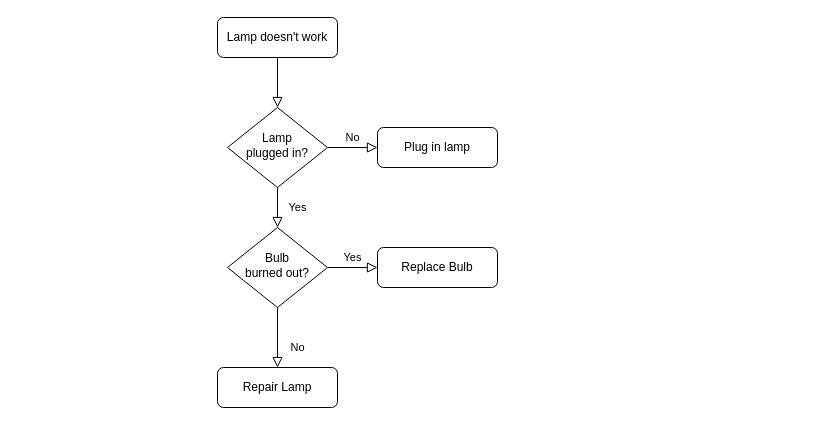
The draw.io diagram Untitled Diagram.drawio in jxjgssylsg/YLResources, before the edit. Source tidied: cells renumbered, new cells numbered last; positions are measured from the earlier drawing's top-left corner, leaving out a move shared by most shapes. Both pictures are drawn from the tidied source at 100%, with x=0, y=0 at pixel (217, 17).
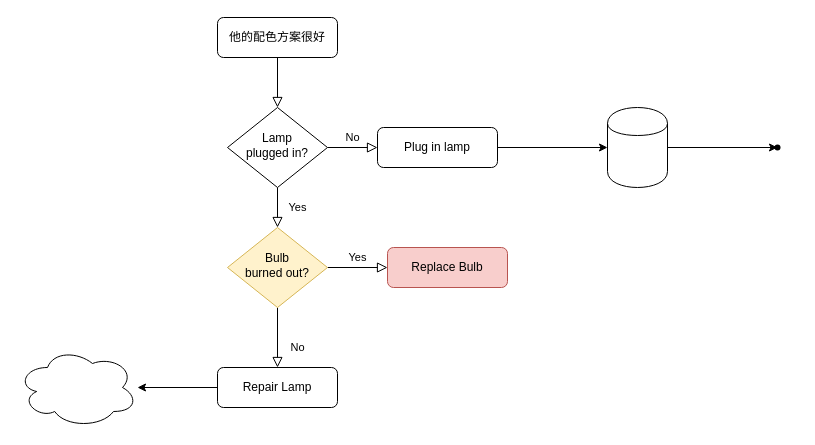
The same page after the edit.

Change to the diagram source:
```diff
@@
 <mxGraphModel>
   <root>
     <mxCell id="0" />
     <mxCell id="1" parent="0" />
     <mxCell id="2" style="rounded=0;html=1;jettySize=auto;fontSize=11;endArrow=block;endFill=0;endSize=8;strokeWidth=1;shadow=0;labelBackgroundColor=none;edgeStyle=orthogonalEdgeStyle;" parent="1" edge="1" source="3" target="6">
       <mxGeometry relative="1" as="geometry" />
     </mxCell>
-    <mxCell id="3" value="Lamp doesn't work" style="rounded=1;whiteSpace=wrap;html=1;fontSize=12;glass=0;strokeWidth=1;shadow=0;" parent="1" vertex="1">
+    <mxCell id="3" value="他的配色方案很好" style="rounded=1;whiteSpace=wrap;html=1;fontSize=12;glass=0;strokeWidth=1;shadow=0;" parent="1" vertex="1">
       <mxGeometry width="120" height="40" as="geometry" />
     </mxCell>
     <mxCell id="4" value="Yes" style="rounded=0;html=1;jettySize=auto;fontSize=11;endArrow=block;endFill=0;endSize=8;strokeWidth=1;shadow=0;labelBackgroundColor=none;edgeStyle=orthogonalEdgeStyle;" parent="1" edge="1" source="6" target="10">
       <mxGeometry y="20" relative="1" as="geometry" />
     </mxCell>
     <mxCell id="5" value="No" style="edgeStyle=orthogonalEdgeStyle;rounded=0;html=1;jettySize=auto;fontSize=11;endArrow=block;endFill=0;endSize=8;strokeWidth=1;shadow=0;labelBackgroundColor=none;" parent="1" edge="1" source="6" target="7">
       <mxGeometry y="10" relative="1" as="geometry" />
     </mxCell>
     <mxCell id="6" value="Lamp&lt;br&gt;plugged in?" style="rhombus;whiteSpace=wrap;html=1;shadow=0;fontFamily=Helvetica;fontSize=12;align=center;strokeWidth=1;spacing=6;spacingTop=-4;" parent="1" vertex="1">
       <mxGeometry x="10" y="90" width="100" height="80" as="geometry" />
     </mxCell>
+    <mxCell id="13" style="edgeStyle=orthogonalEdgeStyle;rounded=0;jettySize=auto;html=1;" parent="1" edge="1" source="7" target="16">
+      <mxGeometry relative="1" as="geometry" />
+    </mxCell>
     <mxCell id="7" value="Plug in lamp" style="rounded=1;whiteSpace=wrap;html=1;fontSize=12;glass=0;strokeWidth=1;shadow=0;" parent="1" vertex="1">
       <mxGeometry x="160" y="110" width="120" height="40" as="geometry" />
     </mxCell>
     <mxCell id="8" value="No" style="rounded=0;html=1;jettySize=auto;fontSize=11;endArrow=block;endFill=0;endSize=8;strokeWidth=1;shadow=0;labelBackgroundColor=none;edgeStyle=orthogonalEdgeStyle;" parent="1" edge="1" source="10" target="11">
       <mxGeometry x="0.33" y="20" relative="1" as="geometry" />
     </mxCell>
     <mxCell id="9" value="Yes" style="edgeStyle=orthogonalEdgeStyle;rounded=0;html=1;jettySize=auto;fontSize=11;endArrow=block;endFill=0;endSize=8;strokeWidth=1;shadow=0;labelBackgroundColor=none;" parent="1" edge="1" source="10" target="12">
       <mxGeometry y="10" relative="1" as="geometry" />
     </mxCell>
-    <mxCell id="10" value="Bulb&lt;br&gt;burned out?" style="rhombus;whiteSpace=wrap;html=1;shadow=0;fontFamily=Helvetica;fontSize=12;align=center;strokeWidth=1;spacing=6;spacingTop=-4;" parent="1" vertex="1">
+    <mxCell id="10" value="Bulb&lt;br&gt;burned out?" style="rhombus;whiteSpace=wrap;html=1;shadow=0;fontFamily=Helvetica;fontSize=12;align=center;strokeWidth=1;spacing=6;spacingTop=-4;fillColor=#fff2cc;strokeColor=#d6b656;" parent="1" vertex="1">
       <mxGeometry x="10" y="210" width="100" height="80" as="geometry" />
     </mxCell>
+    <mxCell id="14" style="edgeStyle=orthogonalEdgeStyle;rounded=0;jettySize=auto;html=1;" parent="1" edge="1" source="11" target="18">
+      <mxGeometry relative="1" as="geometry" />
+    </mxCell>
     <mxCell id="11" value="Repair Lamp" style="rounded=1;whiteSpace=wrap;html=1;fontSize=12;glass=0;strokeWidth=1;shadow=0;" parent="1" vertex="1">
       <mxGeometry y="350" width="120" height="40" as="geometry" />
     </mxCell>
-    <mxCell id="12" value="Replace Bulb" style="rounded=1;whiteSpace=wrap;html=1;fontSize=12;glass=0;strokeWidth=1;shadow=0;" parent="1" vertex="1">
-      <mxGeometry x="160" y="230" width="120" height="40" as="geometry" />
+    <mxCell id="12" value="Replace Bulb" style="rounded=1;whiteSpace=wrap;html=1;fontSize=12;glass=0;strokeWidth=1;shadow=0;fillColor=#f8cecc;strokeColor=#b85450;" parent="1" vertex="1">
+      <mxGeometry x="170" y="230" width="120" height="40" as="geometry" />
     </mxCell>
+    <mxCell id="15" style="edgeStyle=orthogonalEdgeStyle;rounded=0;jettySize=auto;html=1;" parent="1" edge="1" source="16" target="17">
+      <mxGeometry relative="1" as="geometry" />
+    </mxCell>
+    <mxCell id="16" style="shape=cylinder;whiteSpace=wrap;html=1;boundedLbl=1;backgroundOutline=1;rounded=1;shadow=0;strokeWidth=1;glass=0;" parent="1" vertex="1">
+      <mxGeometry x="390" y="90" width="60" height="80" as="geometry" />
+    </mxCell>
+    <mxCell id="17" style="shape=waypoint;size=6;points=[];fillColor=#ffffff;perimeter=centerPerimeter;snapToPoint=1;rounded=1;shadow=0;strokeWidth=1;glass=0;" parent="1" vertex="1">
+      <mxGeometry x="540" y="110" width="40" height="40" as="geometry" />
+    </mxCell>
+    <mxCell id="18" style="ellipse;shape=cloud;whiteSpace=wrap;html=1;rounded=1;shadow=0;strokeWidth=1;glass=0;" parent="1" vertex="1">
+      <mxGeometry x="-200" y="330" width="120" height="80" as="geometry" />
+    </mxCell>
   </root>
 </mxGraphModel>
```
